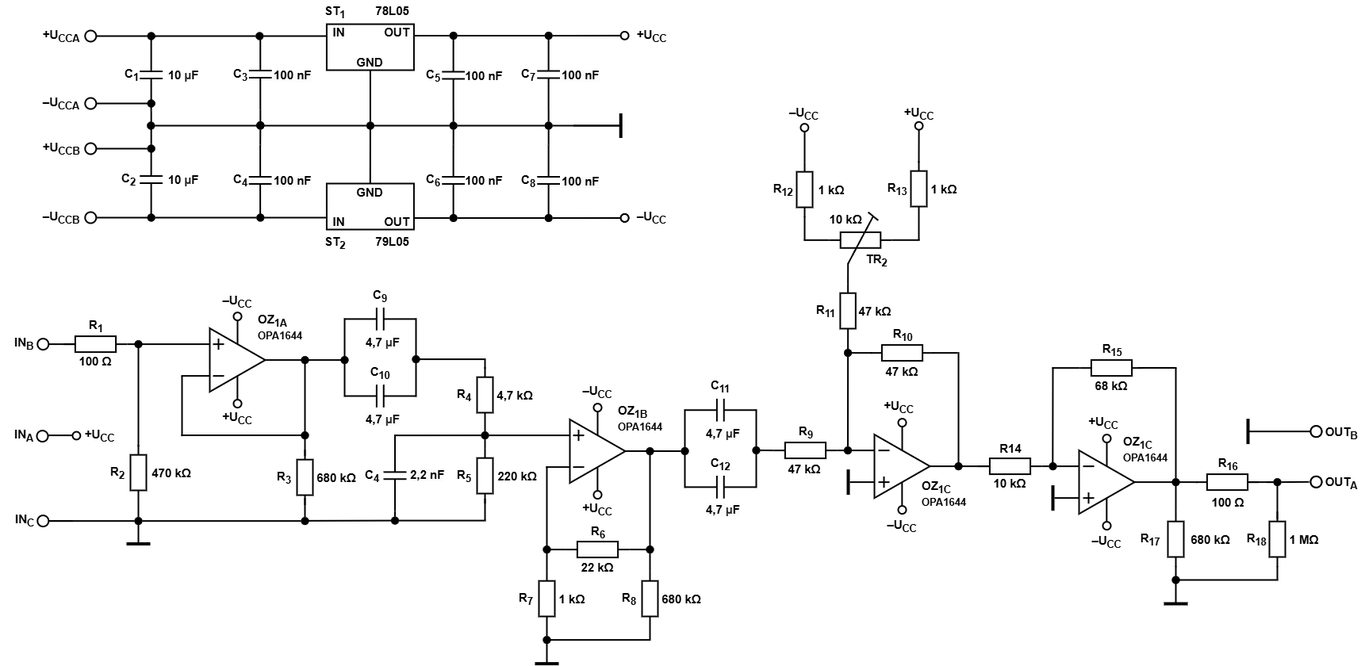
MarosFandel/Digital-elektronics-1 keeps this draw.io diagram as tep.drawio.png. Above is the earlier version. Source tidied: cells renumbered, new cells last; positions are measured from the earlier drawing's top-left corner, leaving out a move shared by most shapes.
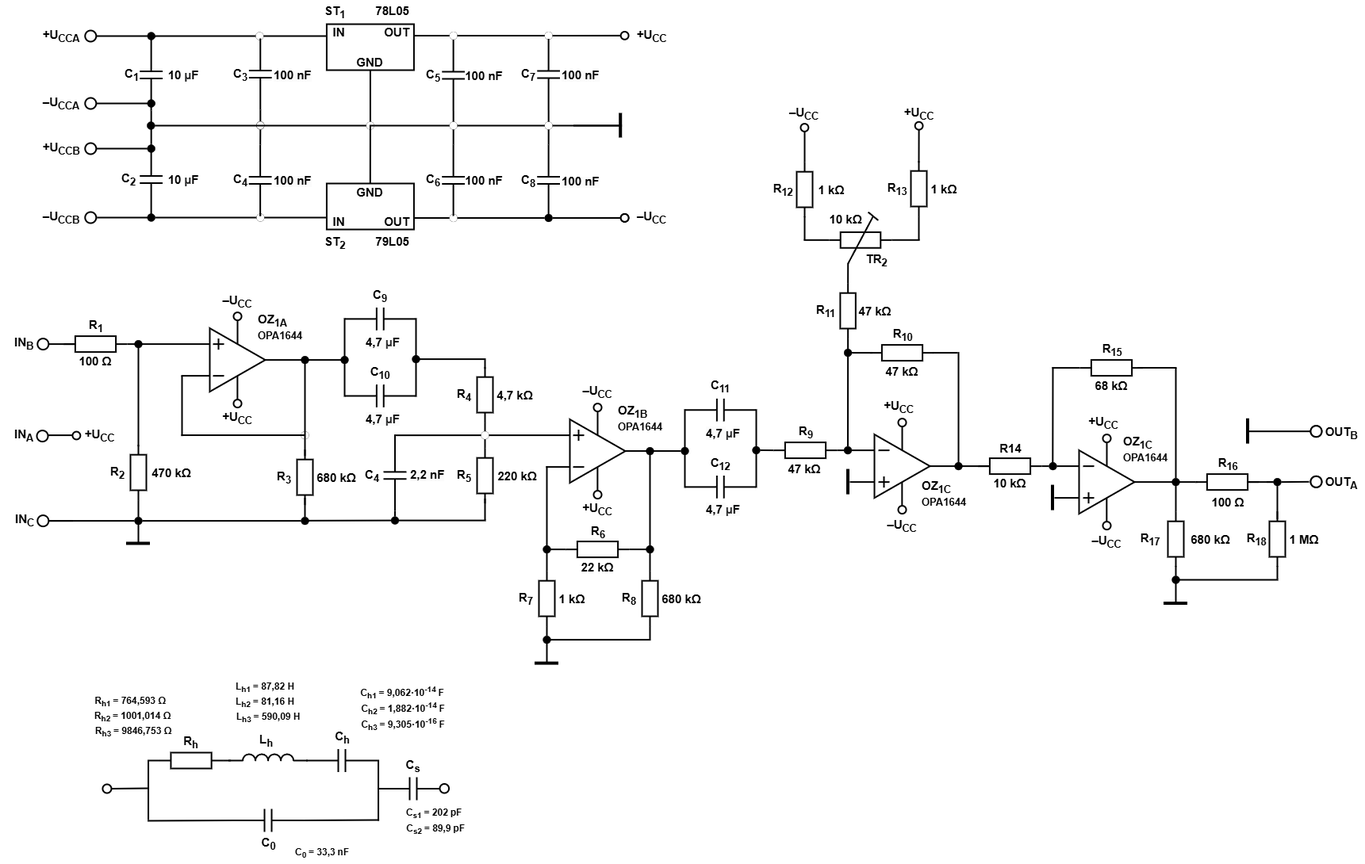
After the change.

What changed in the source:
```diff
@@ -1438,5 +1438,117 @@
     <mxCell id="380" value="&lt;b&gt;&lt;font style=&quot;font-size: 15px;&quot;&gt;OZ&lt;sub&gt;1C&lt;/sub&gt;&lt;/font&gt;&lt;/b&gt;&lt;div&gt;&lt;b&gt;&lt;font style=&quot;font-size: 13px;&quot;&gt;OPA1644&lt;/font&gt;&lt;/b&gt;&lt;/div&gt;" style="text;html=1;align=left;verticalAlign=middle;whiteSpace=wrap;rounded=0;" parent="1" vertex="1">
       <mxGeometry x="1414" y="551" width="60" height="30" as="geometry" />
     </mxCell>
+    <mxCell id="381" style="group;" parent="1" vertex="1">
+      <mxGeometry x="200.5" y="924" width="108.5" height="70" as="geometry" />
+    </mxCell>
+    <mxCell id="382" style="verticalLabelPosition=bottom;shadow=0;dashed=0;align=center;html=1;verticalAlign=top;shape=mxgraph.electrical.resistors.resistor_1;strokeWidth=2;" parent="381" vertex="1">
+      <mxGeometry y="25" width="80" height="20" as="geometry" />
+    </mxCell>
+    <mxCell id="383" style="endArrow=none;html=1;rounded=0;exitX=1;exitY=0.5;exitDx=0;exitDy=0;exitPerimeter=0;strokeWidth=2;" parent="381" edge="1" source="382">
+      <mxGeometry relative="1" as="geometry">
+        <mxPoint x="90" y="35" as="targetPoint" />
+      </mxGeometry>
+    </mxCell>
+    <mxCell id="384" style="verticalLabelPosition=bottom;shadow=0;dashed=0;align=center;html=1;verticalAlign=top;shape=mxgraph.electrical.inductors.inductor_3;strokeWidth=2;" parent="1" vertex="1">
+      <mxGeometry x="287.5" y="951" width="100" height="8" as="geometry" />
+    </mxCell>
+    <mxCell id="385" style="endArrow=none;html=1;rounded=0;strokeWidth=2;entryX=1;entryY=0.5;entryDx=0;entryDy=0;entryPerimeter=0;" parent="1" edge="1">
+      <mxGeometry relative="1" as="geometry">
+        <mxPoint x="476.5" y="1035" as="sourcePoint" />
+        <mxPoint x="476.5" y="958" as="targetPoint" />
+      </mxGeometry>
+    </mxCell>
+    <mxCell id="386" style="verticalLabelPosition=bottom;shadow=0;dashed=0;align=center;html=1;verticalAlign=top;shape=mxgraph.electrical.capacitors.capacitor_1;strokeWidth=2;direction=east;" parent="1" vertex="1">
+      <mxGeometry x="385.5" y="944.5" width="90" height="29" as="geometry" />
+    </mxCell>
+    <mxCell id="387" style="verticalLabelPosition=bottom;shadow=0;dashed=0;align=center;html=1;verticalAlign=top;shape=mxgraph.electrical.capacitors.capacitor_1;strokeWidth=2;direction=east;" parent="1" vertex="1">
+      <mxGeometry x="475.5" y="980" width="90" height="29" as="geometry" />
+    </mxCell>
+    <mxCell id="388" style="verticalLabelPosition=bottom;shadow=0;dashed=0;align=center;html=1;verticalAlign=top;shape=mxgraph.electrical.capacitors.capacitor_1;strokeWidth=2;direction=east;" parent="1" vertex="1">
+      <mxGeometry x="292.5" y="1020" width="90" height="29" as="geometry" />
+    </mxCell>
+    <mxCell id="389" style="endArrow=none;html=1;rounded=0;strokeWidth=2;exitX=1;exitY=0.5;exitDx=0;exitDy=0;exitPerimeter=0;" parent="1" edge="1" source="388">
+      <mxGeometry relative="1" as="geometry">
+        <mxPoint x="477.5" y="1034" as="targetPoint" />
+      </mxGeometry>
+    </mxCell>
+    <mxCell id="390" style="endArrow=none;html=1;rounded=0;strokeWidth=2;entryX=0;entryY=0.5;entryDx=0;entryDy=0;entryPerimeter=0;" parent="1" edge="1" target="388">
+      <mxGeometry relative="1" as="geometry">
+        <mxPoint x="185.5" y="1035" as="sourcePoint" />
+      </mxGeometry>
+    </mxCell>
+    <mxCell id="391" style="endArrow=none;html=1;rounded=0;strokeWidth=2;" parent="1" edge="1">
+      <mxGeometry relative="1" as="geometry">
+        <mxPoint x="186.5" y="958" as="sourcePoint" />
+        <mxPoint x="186.5" y="1034" as="targetPoint" />
+      </mxGeometry>
+    </mxCell>
+    <mxCell id="392" style="endArrow=none;html=1;rounded=0;strokeWidth=2;exitX=0;exitY=0.5;exitDx=0;exitDy=0;exitPerimeter=0;" parent="1" edge="1" source="382">
+      <mxGeometry relative="1" as="geometry">
+        <mxPoint x="187.5" y="959" as="targetPoint" />
+      </mxGeometry>
+    </mxCell>
+    <mxCell id="393" style="endArrow=none;html=1;rounded=0;strokeWidth=2;exitX=1;exitY=0.5;exitDx=0;exitDy=0;" parent="1" edge="1" source="394">
+      <mxGeometry relative="1" as="geometry">
+        <mxPoint x="185.5" y="994" as="targetPoint" />
+      </mxGeometry>
+    </mxCell>
+    <mxCell id="394" style="ellipse;whiteSpace=wrap;html=1;strokeWidth=2;" parent="1" vertex="1">
+      <mxGeometry x="128.9" y="989" width="11" height="11" as="geometry" />
+    </mxCell>
+    <mxCell id="395" style="ellipse;whiteSpace=wrap;html=1;strokeWidth=2;" parent="1" vertex="1">
+      <mxGeometry x="554" y="988.5" width="11.5" height="11.5" as="geometry" />
+    </mxCell>
+    <mxCell id="396" value="&lt;font&gt;&lt;b style=&quot;&quot;&gt;&lt;font style=&quot;&quot;&gt;R&lt;sub style=&quot;&quot;&gt;h1&amp;nbsp;&lt;/sub&gt;= 764,593&lt;/font&gt;&lt;/b&gt;&lt;b style=&quot;&quot;&gt;&lt;font style=&quot;&quot;&gt;&amp;nbsp;&lt;/font&gt;&lt;/b&gt;&lt;b style=&quot;&quot;&gt;&lt;font style=&quot;&quot;&gt;Ω&lt;/font&gt;&lt;/b&gt;&lt;b style=&quot;&quot;&gt;&lt;font style=&quot;&quot;&gt;&lt;sub style=&quot;&quot;&gt;&amp;nbsp;&lt;/sub&gt;&lt;/font&gt;&lt;/b&gt;&lt;/font&gt;" style="text;html=1;align=center;verticalAlign=middle;whiteSpace=wrap;rounded=0;" parent="1" vertex="1">
+      <mxGeometry x="96.5" y="870" width="137" height="30" as="geometry" />
+    </mxCell>
+    <mxCell id="397" value="&lt;font&gt;&lt;b style=&quot;&quot;&gt;&lt;font style=&quot;&quot;&gt;R&lt;sub style=&quot;&quot;&gt;h2&amp;nbsp;&lt;/sub&gt;= 1001,014&lt;/font&gt;&lt;/b&gt;&lt;b style=&quot;&quot;&gt;&lt;font style=&quot;&quot;&gt;&amp;nbsp;&lt;/font&gt;&lt;/b&gt;&lt;b style=&quot;&quot;&gt;&lt;font style=&quot;&quot;&gt;Ω&lt;/font&gt;&lt;/b&gt;&lt;b style=&quot;&quot;&gt;&lt;font style=&quot;&quot;&gt;&lt;sub style=&quot;&quot;&gt;&amp;nbsp;&lt;/sub&gt;&lt;/font&gt;&lt;/b&gt;&lt;/font&gt;" style="text;html=1;align=center;verticalAlign=middle;whiteSpace=wrap;rounded=0;" parent="1" vertex="1">
+      <mxGeometry x="99.5" y="889" width="137" height="30" as="geometry" />
+    </mxCell>
+    <mxCell id="398" value="&lt;font&gt;&lt;b style=&quot;&quot;&gt;&lt;font style=&quot;&quot;&gt;R&lt;sub style=&quot;&quot;&gt;h3&amp;nbsp;&lt;/sub&gt;= 9846,753&lt;/font&gt;&lt;/b&gt;&lt;b style=&quot;&quot;&gt;&lt;font style=&quot;&quot;&gt;&amp;nbsp;&lt;/font&gt;&lt;/b&gt;&lt;b style=&quot;&quot;&gt;&lt;font style=&quot;&quot;&gt;Ω&lt;/font&gt;&lt;/b&gt;&lt;b style=&quot;&quot;&gt;&lt;font style=&quot;&quot;&gt;&lt;sub style=&quot;&quot;&gt;&amp;nbsp;&lt;/sub&gt;&lt;/font&gt;&lt;/b&gt;&lt;/font&gt;" style="text;html=1;align=center;verticalAlign=middle;whiteSpace=wrap;rounded=0;" parent="1" vertex="1">
+      <mxGeometry x="100.5" y="908" width="137" height="30" as="geometry" />
+    </mxCell>
+    <mxCell id="399" value="&lt;font&gt;&lt;b&gt;&lt;font&gt;R&lt;sub&gt;h&lt;/sub&gt;&lt;/font&gt;&lt;/b&gt;&lt;/font&gt;" style="text;html=1;align=center;verticalAlign=middle;whiteSpace=wrap;rounded=0;fontSize=15;" parent="1" vertex="1">
+      <mxGeometry x="172" y="921" width="137" height="30" as="geometry" />
+    </mxCell>
+    <mxCell id="400" value="&lt;font&gt;&lt;b&gt;&lt;font&gt;L&lt;sub&gt;h&lt;/sub&gt;&lt;/font&gt;&lt;/b&gt;&lt;/font&gt;" style="text;html=1;align=center;verticalAlign=middle;whiteSpace=wrap;rounded=0;fontSize=15;" parent="1" vertex="1">
+      <mxGeometry x="267" y="919" width="137" height="30" as="geometry" />
+    </mxCell>
+    <mxCell id="401" value="&lt;font&gt;&lt;b&gt;&lt;font&gt;C&lt;sub&gt;h&lt;/sub&gt;&lt;/font&gt;&lt;/b&gt;&lt;/font&gt;" style="text;html=1;align=center;verticalAlign=middle;whiteSpace=wrap;rounded=0;fontSize=15;" parent="1" vertex="1">
+      <mxGeometry x="362.5" y="915" width="137" height="30" as="geometry" />
+    </mxCell>
+    <mxCell id="402" value="&lt;font&gt;&lt;b&gt;&lt;font&gt;C&lt;sub&gt;s&lt;/sub&gt;&lt;/font&gt;&lt;/b&gt;&lt;/font&gt;" style="text;html=1;align=center;verticalAlign=middle;whiteSpace=wrap;rounded=0;fontSize=15;" parent="1" vertex="1">
+      <mxGeometry x="452" y="951" width="137" height="30" as="geometry" />
+    </mxCell>
+    <mxCell id="403" value="&lt;font&gt;&lt;b&gt;&lt;font&gt;C&lt;sub&gt;0&lt;/sub&gt;&lt;/font&gt;&lt;/b&gt;&lt;/font&gt;" style="text;html=1;align=center;verticalAlign=middle;whiteSpace=wrap;rounded=0;fontSize=15;" parent="1" vertex="1">
+      <mxGeometry x="269.5" y="1049" width="137" height="30" as="geometry" />
+    </mxCell>
+    <mxCell id="404" value="&lt;font&gt;&lt;b style=&quot;&quot;&gt;&lt;font style=&quot;&quot;&gt;L&lt;sub style=&quot;&quot;&gt;h1&amp;nbsp;&lt;/sub&gt;= 87,82 H&lt;/font&gt;&lt;/b&gt;&lt;b style=&quot;&quot;&gt;&lt;font style=&quot;&quot;&gt;&lt;sub style=&quot;&quot;&gt;&amp;nbsp;&lt;/sub&gt;&lt;/font&gt;&lt;/b&gt;&lt;/font&gt;" style="text;html=1;align=center;verticalAlign=middle;whiteSpace=wrap;rounded=0;" parent="1" vertex="1">
+      <mxGeometry x="267" y="852" width="137" height="30" as="geometry" />
+    </mxCell>
+    <mxCell id="405" value="&lt;font&gt;&lt;b style=&quot;&quot;&gt;&lt;font style=&quot;&quot;&gt;L&lt;sub style=&quot;&quot;&gt;h2&amp;nbsp;&lt;/sub&gt;= 81,16 H&lt;/font&gt;&lt;/b&gt;&lt;b style=&quot;&quot;&gt;&lt;font style=&quot;&quot;&gt;&lt;sub style=&quot;&quot;&gt;&amp;nbsp;&lt;/sub&gt;&lt;/font&gt;&lt;/b&gt;&lt;/font&gt;" style="text;html=1;align=center;verticalAlign=middle;whiteSpace=wrap;rounded=0;" parent="1" vertex="1">
+      <mxGeometry x="267" y="871" width="137" height="30" as="geometry" />
+    </mxCell>
+    <mxCell id="406" value="&lt;font&gt;&lt;b style=&quot;&quot;&gt;&lt;font style=&quot;&quot;&gt;L&lt;sub style=&quot;&quot;&gt;h3&amp;nbsp;&lt;/sub&gt;= 590,09 H&lt;/font&gt;&lt;/b&gt;&lt;b style=&quot;&quot;&gt;&lt;font style=&quot;&quot;&gt;&lt;sub style=&quot;&quot;&gt;&amp;nbsp;&lt;/sub&gt;&lt;/font&gt;&lt;/b&gt;&lt;/font&gt;" style="text;html=1;align=center;verticalAlign=middle;whiteSpace=wrap;rounded=0;" parent="1" vertex="1">
+      <mxGeometry x="271" y="890" width="137" height="30" as="geometry" />
+    </mxCell>
+    <mxCell id="407" value="&lt;font&gt;&lt;b style=&quot;&quot;&gt;&lt;font style=&quot;&quot;&gt;C&lt;sub style=&quot;&quot;&gt;h1&amp;nbsp;&lt;/sub&gt;= 9,062·10&lt;sup&gt;-14&amp;nbsp;&lt;/sup&gt;&lt;/font&gt;&lt;/b&gt;&lt;b style=&quot;&quot;&gt;&lt;font style=&quot;&quot;&gt;F&lt;/font&gt;&lt;/b&gt;&lt;b style=&quot;&quot;&gt;&lt;font style=&quot;&quot;&gt;&lt;sub style=&quot;&quot;&gt;&amp;nbsp;&lt;/sub&gt;&lt;/font&gt;&lt;/b&gt;&lt;/font&gt;" style="text;html=1;align=center;verticalAlign=middle;whiteSpace=wrap;rounded=0;" parent="1" vertex="1">
+      <mxGeometry x="439.7" y="859" width="137" height="30" as="geometry" />
+    </mxCell>
+    <mxCell id="408" value="&lt;b&gt;C&lt;sub&gt;h2&amp;nbsp;&lt;/sub&gt;= 1,882·10&lt;sup&gt;-14&amp;nbsp;&lt;/sup&gt;&lt;/b&gt;&lt;b&gt;F&lt;/b&gt;&lt;b&gt;&lt;sub&gt;&amp;nbsp;&lt;/sub&gt;&lt;/b&gt;" style="text;html=1;align=center;verticalAlign=middle;whiteSpace=wrap;rounded=0;" parent="1" vertex="1">
+      <mxGeometry x="440.7" y="879" width="137" height="30" as="geometry" />
+    </mxCell>
+    <mxCell id="409" value="&lt;b&gt;C&lt;sub&gt;h3&amp;nbsp;&lt;/sub&gt;= 9,305·10&lt;sup&gt;-16&amp;nbsp;&lt;/sup&gt;&lt;/b&gt;&lt;b&gt;F&lt;/b&gt;&lt;b&gt;&lt;sub&gt;&amp;nbsp;&lt;/sub&gt;&lt;/b&gt;" style="text;html=1;align=center;verticalAlign=middle;whiteSpace=wrap;rounded=0;" parent="1" vertex="1">
+      <mxGeometry x="440.7" y="899" width="137" height="30" as="geometry" />
+    </mxCell>
+    <mxCell id="410" value="&lt;font&gt;&lt;b style=&quot;&quot;&gt;&lt;font style=&quot;&quot;&gt;C&lt;sub style=&quot;&quot;&gt;s1&amp;nbsp;&lt;/sub&gt;= 202&lt;sup&gt;&amp;nbsp;&lt;/sup&gt;p&lt;/font&gt;&lt;/b&gt;&lt;b style=&quot;&quot;&gt;&lt;font style=&quot;&quot;&gt;F&lt;/font&gt;&lt;/b&gt;&lt;b style=&quot;&quot;&gt;&lt;font style=&quot;&quot;&gt;&lt;sub style=&quot;&quot;&gt;&amp;nbsp;&lt;/sub&gt;&lt;/font&gt;&lt;/b&gt;&lt;/font&gt;" style="text;html=1;align=center;verticalAlign=middle;whiteSpace=wrap;rounded=0;" parent="1" vertex="1">
+      <mxGeometry x="480" y="1010" width="137" height="30" as="geometry" />
+    </mxCell>
+    <mxCell id="411" value="&lt;font&gt;&lt;b style=&quot;&quot;&gt;&lt;font style=&quot;&quot;&gt;C&lt;sub style=&quot;&quot;&gt;s2&amp;nbsp;&lt;/sub&gt;= 89,9&lt;sup&gt;&amp;nbsp;&lt;/sup&gt;p&lt;/font&gt;&lt;/b&gt;&lt;b style=&quot;&quot;&gt;&lt;font style=&quot;&quot;&gt;F&lt;/font&gt;&lt;/b&gt;&lt;b style=&quot;&quot;&gt;&lt;font style=&quot;&quot;&gt;&lt;sub style=&quot;&quot;&gt;&amp;nbsp;&lt;/sub&gt;&lt;/font&gt;&lt;/b&gt;&lt;/font&gt;" style="text;html=1;align=center;verticalAlign=middle;whiteSpace=wrap;rounded=0;" parent="1" vertex="1">
+      <mxGeometry x="482.2" y="1030" width="137" height="30" as="geometry" />
+    </mxCell>
+    <mxCell id="412" value="&lt;font&gt;&lt;b style=&quot;&quot;&gt;&lt;font style=&quot;&quot;&gt;C&lt;sub style=&quot;&quot;&gt;0&amp;nbsp;&lt;/sub&gt;= 33,3&lt;sup&gt;&amp;nbsp;&lt;/sup&gt;n&lt;/font&gt;&lt;/b&gt;&lt;b style=&quot;&quot;&gt;&lt;font style=&quot;&quot;&gt;F&lt;/font&gt;&lt;/b&gt;&lt;b style=&quot;&quot;&gt;&lt;font style=&quot;&quot;&gt;&lt;sub style=&quot;&quot;&gt;&amp;nbsp;&lt;/sub&gt;&lt;/font&gt;&lt;/b&gt;&lt;/font&gt;" style="text;html=1;align=center;verticalAlign=middle;whiteSpace=wrap;rounded=0;" parent="1" vertex="1">
+      <mxGeometry x="338.5" y="1060" width="137" height="30" as="geometry" />
+    </mxCell>
   </root>
 </mxGraphModel>
```
